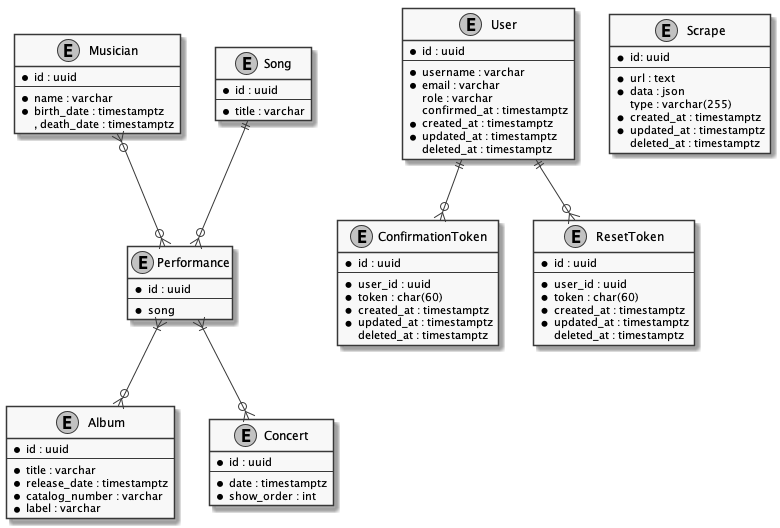
Above: images/models.png in zappa-base/zappa-base (PlantUML), before the change.
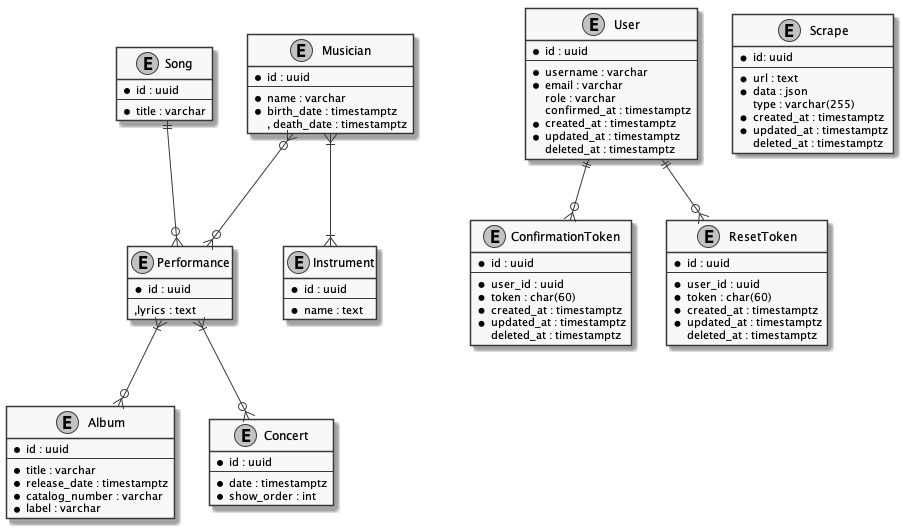
Above is the later version.

The edit, as a diff of the source:
```diff
@@ -20,7 +20,13 @@
 entity Performance {
   * id : uuid
   --
-  * song
+  ,lyrics : text
+}
+
+entity Instrument {
+  *id : uuid
+  --
+  *name : text
 }
 
 entity Musician {
@@ -83,6 +89,7 @@
 Song ||--o{ Performance
 Performance }|--o{ Album
 Musician }o--o{ Performance
+Musician }|--|{ Instrument
 Performance }|--o{ Concert
 
 User ||--o{ ConfirmationToken
```
